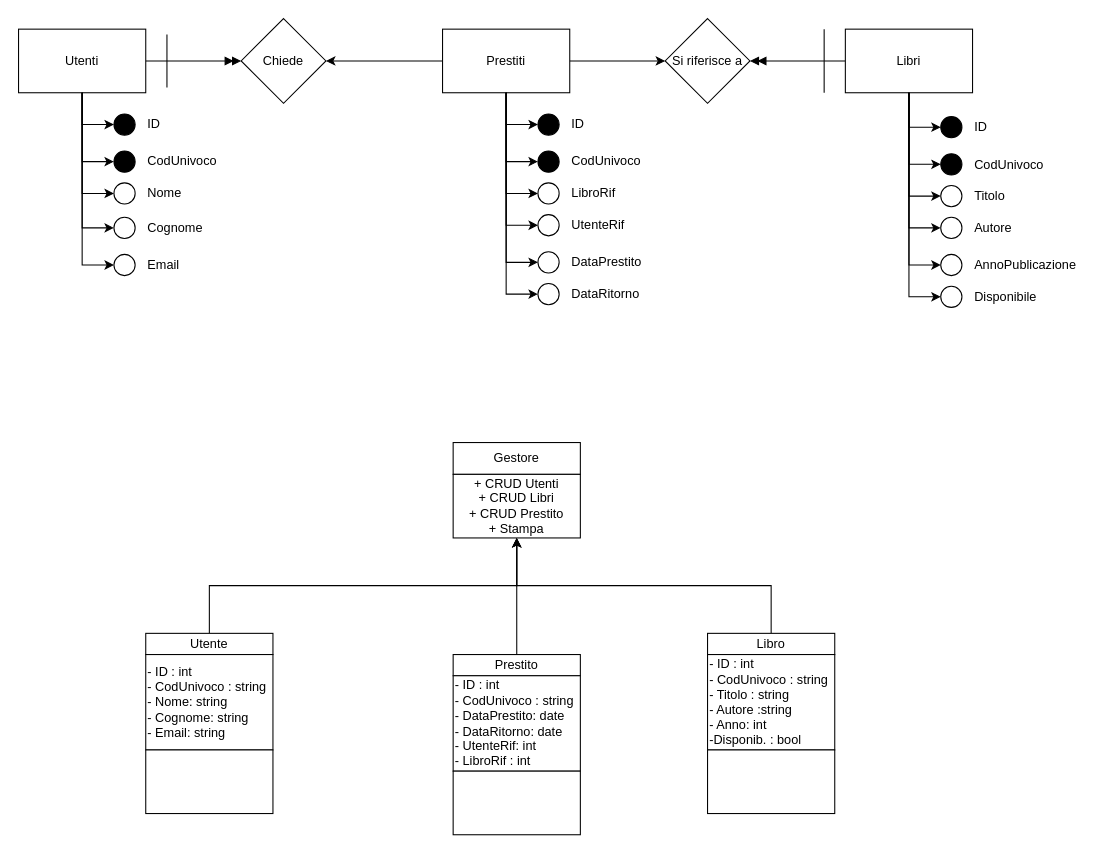
Above: Sett03_Ese01/DiagrammaGestioneLibri.drawio in acelilli/Ese_iemme (draw.io), before the change. Source tidied: cells renumbered, new cells numbered last; positions are measured from the earlier drawing's top-left corner, leaving out a move shared by most shapes. Both pictures are drawn from the tidied source at 106%, with x=0, y=0 at pixel (18, 18).
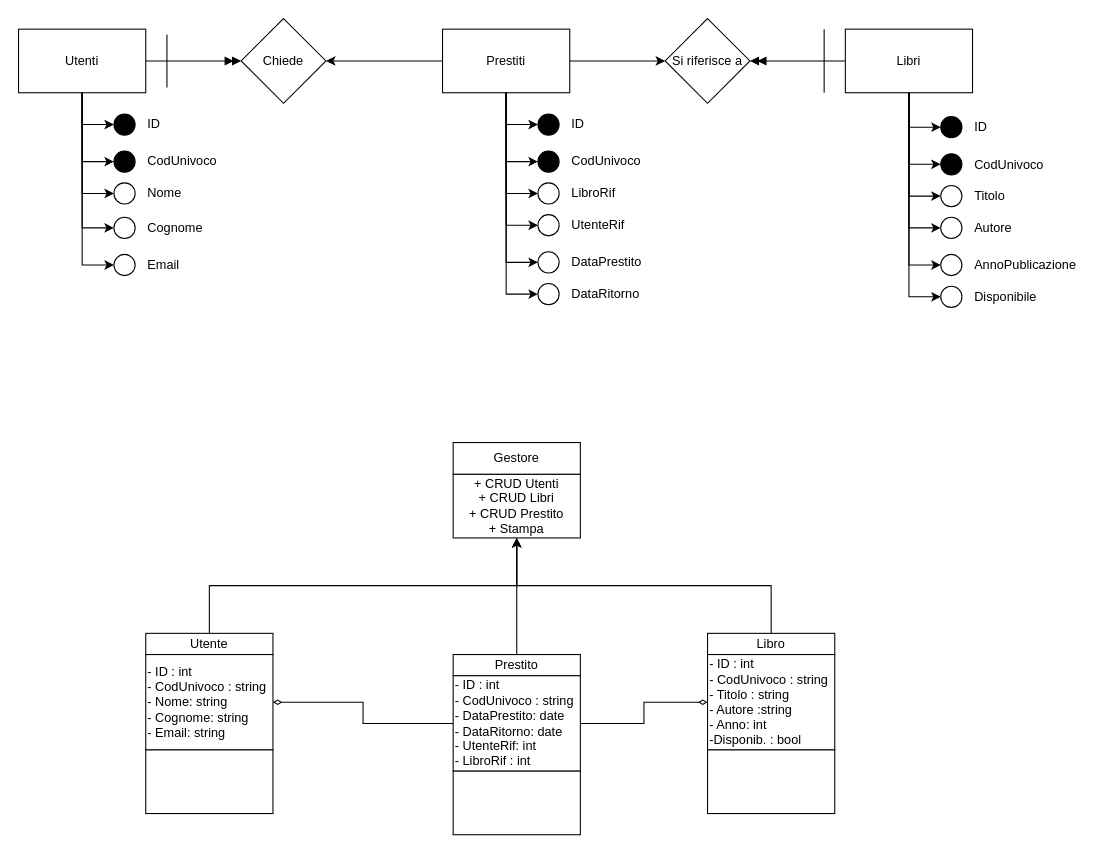
After the change.

Unchanged cells that the change refers to:
```xml
<mxCell id="73" value="- ID : int&lt;div&gt;- CodUnivoco : string&lt;/div&gt;&lt;div&gt;- Nome&lt;span style=&quot;background-color: initial;&quot;&gt;: string&lt;/span&gt;&lt;/div&gt;&lt;div&gt;- Cognome: string&lt;span style=&quot;background-color: initial;&quot;&gt;&lt;br&gt;&lt;/span&gt;&lt;/div&gt;&lt;div&gt;-&amp;nbsp;&lt;span style=&quot;background-color: initial;&quot;&gt;Email: string&lt;/span&gt;&lt;/div&gt;" style="rounded=0;whiteSpace=wrap;html=1;align=left;" parent="1" vertex="1">
  <mxGeometry x="120" y="600" width="120" height="90" as="geometry" />
</mxCell>
<mxCell id="74" value="- ID : int&lt;div&gt;- CodUnivoco : string&lt;/div&gt;&lt;div&gt;- DataPrestito&lt;span style=&quot;background-color: initial;&quot;&gt;: date&lt;/span&gt;&lt;/div&gt;&lt;div&gt;- DataRitorno: date&lt;span style=&quot;background-color: initial;&quot;&gt;&lt;br&gt;&lt;/span&gt;&lt;/div&gt;&lt;div&gt;- UtenteRif&lt;span style=&quot;background-color: initial;&quot;&gt;: int&lt;/span&gt;&lt;/div&gt;&lt;div&gt;&lt;span style=&quot;background-color: initial;&quot;&gt;- LibroRif : int&lt;/span&gt;&lt;/div&gt;" style="rounded=0;whiteSpace=wrap;html=1;align=left;" parent="1" vertex="1">
  <mxGeometry x="410" y="620" width="120" height="90" as="geometry" />
</mxCell>
<mxCell id="75" value="- ID : int&lt;div&gt;- CodUnivoco : string&lt;/div&gt;&lt;div&gt;- Titolo : string&lt;/div&gt;&lt;div&gt;- Autore :string&lt;/div&gt;&lt;div&gt;- Anno: int&lt;/div&gt;&lt;div&gt;-Disponib. : bool&lt;/div&gt;" style="rounded=0;whiteSpace=wrap;html=1;align=left;" parent="1" vertex="1">
  <mxGeometry x="650" y="600" width="120" height="90" as="geometry" />
</mxCell>
```

Change to the diagram source:
```diff
@@
+    <mxCell id="81" style="edgeStyle=orthogonalEdgeStyle;rounded=0;jettySize=auto;html=1;exitX=0;exitY=0.5;exitDx=0;exitDy=0;entryX=1;entryY=0.5;entryDx=0;entryDy=0;endArrow=diamondThin;endFill=0;" parent="1" edge="1" source="74" target="73">
+      <mxGeometry relative="1" as="geometry" />
+    </mxCell>
+    <mxCell id="82" style="edgeStyle=orthogonalEdgeStyle;rounded=0;jettySize=auto;html=1;exitX=1;exitY=0.5;exitDx=0;exitDy=0;entryX=0;entryY=0.5;entryDx=0;entryDy=0;endArrow=diamondThin;endFill=0;" parent="1" edge="1" source="74" target="75">
+      <mxGeometry relative="1" as="geometry" />
+    </mxCell>
```
